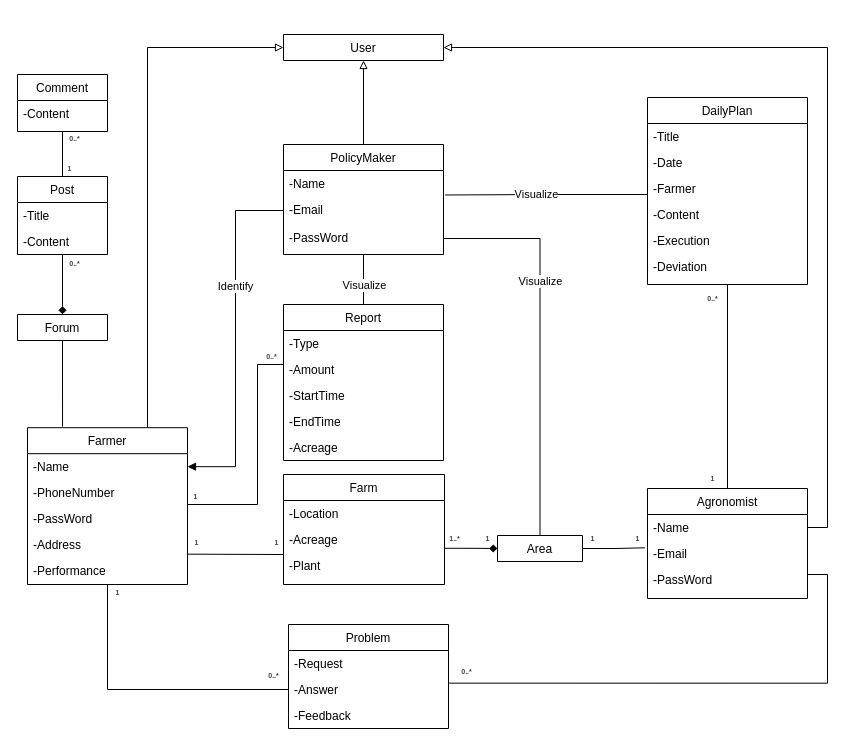
This is RASD/diagrams/Class diagram.drawio from ictar/DREAM-SE2-Project-2022, a draw.io file, before an edit. Source tidied: cells renumbered, new cells numbered last; positions are measured from the earlier drawing's top-left corner, leaving out a move shared by most shapes. Both pictures are drawn from the tidied source at 100%, with x=0, y=0 at pixel (17, 34).
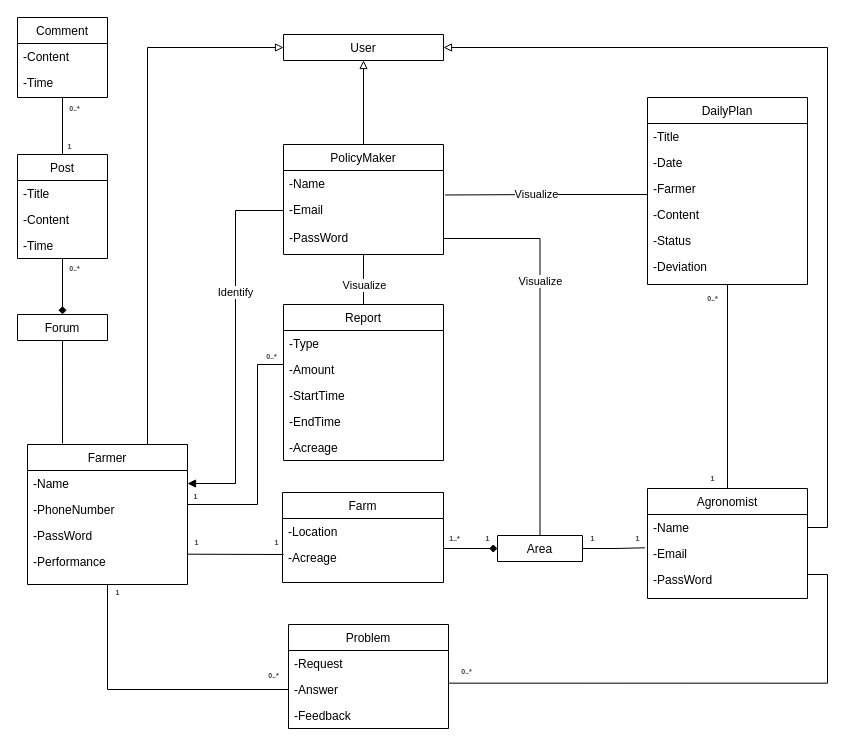
Above is the later version.

The change refers to these unchanged cells:
```xml
<mxCell id="26" value="-Acreage" style="text;align=left;verticalAlign=top;spacingLeft=4;spacingRight=4;overflow=hidden;points=[[0,0.5],[1,0.5]];portConstraint=eastwest;" parent="24" vertex="1">
  <mxGeometry y="52" width="161" height="26" as="geometry" />
</mxCell>
<mxCell id="36" value="DailyPlan" style="swimlane;fontStyle=0;align=center;verticalAlign=top;horizontal=1;startSize=26;rounded=0;shadow=0;strokeWidth=1;" parent="1" vertex="1">
  <mxGeometry x="630" y="63" width="160" height="187" as="geometry" />
</mxCell>
<mxCell id="64" value="Area" style="swimlane;fontStyle=0;align=center;verticalAlign=top;horizontal=1;startSize=26;rounded=0;shadow=0;strokeWidth=1;" parent="1" vertex="1" collapsed="1">
  <mxGeometry x="480" y="501" width="85" height="26" as="geometry" />
</mxCell>
```

Change to the diagram source:
```diff
@@
     <mxCell id="10" value="Farmer" style="swimlane;fontStyle=0;align=center;verticalAlign=top;horizontal=1;startSize=26;rounded=0;shadow=0;strokeWidth=1;" parent="1" vertex="1">
-      <mxGeometry x="10" y="393.2" width="160" height="156.8" as="geometry" />
+      <mxGeometry x="10" y="410" width="160" height="140" as="geometry" />
     </mxCell>
@@
+    <mxCell id="46" value="-Performance" style="text;align=left;verticalAlign=top;spacingLeft=4;spacingRight=4;overflow=hidden;" parent="10" vertex="1">
+      <mxGeometry y="104" width="160" height="26" as="geometry" />
+    </mxCell>
@@
     <mxCell id="24" value="Farm" style="swimlane;fontStyle=0;align=center;verticalAlign=top;horizontal=1;startSize=26;rounded=0;shadow=0;strokeWidth=1;" parent="1" vertex="1">
-      <mxGeometry x="266" y="440" width="161" height="110" as="geometry" />
+      <mxGeometry x="265" y="458" width="161" height="90" as="geometry" />
     </mxCell>
@@
-    <mxCell id="28" value="-Plant" style="text;align=left;verticalAlign=top;spacingLeft=4;spacingRight=4;overflow=hidden;" parent="24" vertex="1">
-      <mxGeometry y="78" width="161" height="26" as="geometry" />
-    </mxCell>
@@
-    <mxCell id="41" value="-Execution" style="text;align=left;verticalAlign=top;spacingLeft=4;spacingRight=4;overflow=hidden;" parent="36" vertex="1">
+    <mxCell id="41" value="-Status" style="text;align=left;verticalAlign=top;spacingLeft=4;spacingRight=4;overflow=hidden;" parent="36" vertex="1">
       <mxGeometry y="130" width="160" height="26" as="geometry" />
     </mxCell>
@@
-    <mxCell id="44" value="-Address" style="text;align=left;verticalAlign=top;spacingLeft=4;spacingRight=4;overflow=hidden;points=[[0,0.5],[1,0.5]];portConstraint=eastwest;" parent="1" vertex="1">
-      <mxGeometry x="10" y="497.2" width="160" height="26" as="geometry" />
-    </mxCell>
@@
-    <mxCell id="46" value="-Performance" style="text;align=left;verticalAlign=top;spacingLeft=4;spacingRight=4;overflow=hidden;" parent="1" vertex="1">
-      <mxGeometry x="10" y="523.2" width="160" height="26" as="geometry" />
-    </mxCell>
-    <mxCell id="47" style="edgeStyle=orthogonalEdgeStyle;rounded=0;jettySize=auto;html=1;entryX=0.996;entryY=0.864;entryDx=0;entryDy=0;entryPerimeter=0;endArrow=none;endFill=0;" parent="1" edge="1" target="44">
+    <mxCell id="47" style="edgeStyle=orthogonalEdgeStyle;rounded=0;orthogonalLoop=1;jettySize=auto;html=1;entryX=0.996;entryY=0.864;entryDx=0;entryDy=0;entryPerimeter=0;endArrow=none;endFill=0;" parent="1" edge="1">
       <mxGeometry relative="1" as="geometry">
         <mxPoint x="266" y="520" as="sourcePoint" />
+        <mxPoint x="169.4" y="519.7" as="targetPoint" />
         <Array as="points">
           <mxPoint x="266" y="520" />
         </Array>
       </mxGeometry>
     </mxCell>
@@
     <mxCell id="55" value="Post" style="swimlane;fontStyle=0;align=center;verticalAlign=top;horizontal=1;startSize=26;rounded=0;shadow=0;strokeWidth=1;" parent="1" vertex="1">
-      <mxGeometry y="142" width="90" height="78" as="geometry" />
+      <mxGeometry y="120" width="90" height="104" as="geometry" />
     </mxCell>
@@
+    <mxCell id="83" value="-Time" style="text;align=left;verticalAlign=top;spacingLeft=4;spacingRight=4;overflow=hidden;" parent="55" vertex="1">
+      <mxGeometry y="78" width="90" height="26" as="geometry" />
+    </mxCell>
@@
     <mxCell id="59" value="Comment" style="swimlane;fontStyle=0;align=center;verticalAlign=top;horizontal=1;startSize=26;rounded=0;shadow=0;strokeWidth=1;" parent="1" vertex="1">
-      <mxGeometry y="40" width="90" height="57" as="geometry" />
+      <mxGeometry y="-17" width="90" height="80" as="geometry" />
     </mxCell>
@@
+    <mxCell id="84" value="-Time" style="text;align=left;verticalAlign=top;spacingLeft=4;spacingRight=4;overflow=hidden;" parent="59" vertex="1">
+      <mxGeometry y="52" width="90" height="26" as="geometry" />
+    </mxCell>
@@
     <mxCell id="65" style="edgeStyle=orthogonalEdgeStyle;rounded=0;jettySize=auto;html=1;endArrow=diamond;endFill=1;entryX=0;entryY=0.5;entryDx=0;entryDy=0;exitX=1;exitY=0.838;exitDx=0;exitDy=0;exitPerimeter=0;" parent="1" edge="1" source="26" target="64">
-      <mxGeometry relative="1" as="geometry" />
+      <mxGeometry relative="1" as="geometry">
+        <Array as="points">
+          <mxPoint x="426" y="514" />
+        </Array>
+      </mxGeometry>
     </mxCell>
@@
     <mxCell id="76" value="&lt;span style=&quot;color: rgb(63 , 63 , 63) ; font-size: 7px ; background-color: rgb(255 , 255 , 255)&quot;&gt;&lt;b&gt;0..*&lt;/b&gt;&lt;/span&gt;" style="text;html=1;align=center;verticalAlign=middle;strokeColor=none;fillColor=none;fontSize=7;" parent="1" vertex="1">
-      <mxGeometry x="42" y="225" width="30" height="10" as="geometry" />
+      <mxGeometry x="42" y="230" width="30" height="10" as="geometry" />
     </mxCell>
     <mxCell id="77" value="&lt;span style=&quot;color: rgb(63 , 63 , 63) ; font-size: 7px ; background-color: rgb(255 , 255 , 255)&quot;&gt;&lt;b&gt;0..*&lt;/b&gt;&lt;/span&gt;" style="text;html=1;align=center;verticalAlign=middle;strokeColor=none;fillColor=none;fontSize=7;" parent="1" vertex="1">
-      <mxGeometry x="42" y="100" width="30" height="10" as="geometry" />
+      <mxGeometry x="42" y="70" width="30" height="10" as="geometry" />
     </mxCell>
     <mxCell id="78" value="&lt;span style=&quot;color: rgb(63 , 63 , 63) ; font-size: 7px ; background-color: rgb(255 , 255 , 255)&quot;&gt;&lt;b&gt;1&lt;/b&gt;&lt;/span&gt;" style="text;html=1;align=center;verticalAlign=middle;strokeColor=none;fillColor=none;fontSize=7;" parent="1" vertex="1">
-      <mxGeometry x="42" y="130" width="20" height="10" as="geometry" />
+      <mxGeometry x="42" y="108" width="20" height="10" as="geometry" />
     </mxCell>
```
